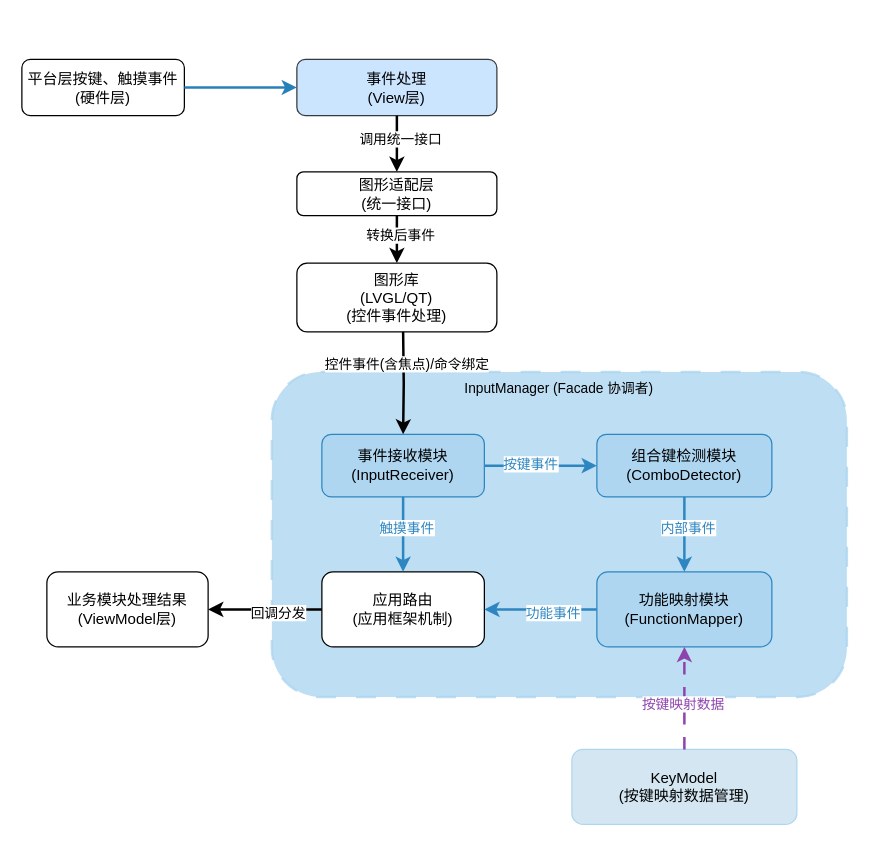
liyunhao2/technology keeps this draw.io diagram as page "按键分发" (11 of 14) of PDR.drawio. Above is the earlier version. Source tidied: cells renumbered, new cells numbered last; positions are measured from the earlier drawing's top-left corner, leaving out a move shared by most shapes. Both pictures are drawn from the tidied source at 125%, with x=0, y=0 at pixel (21, 59).
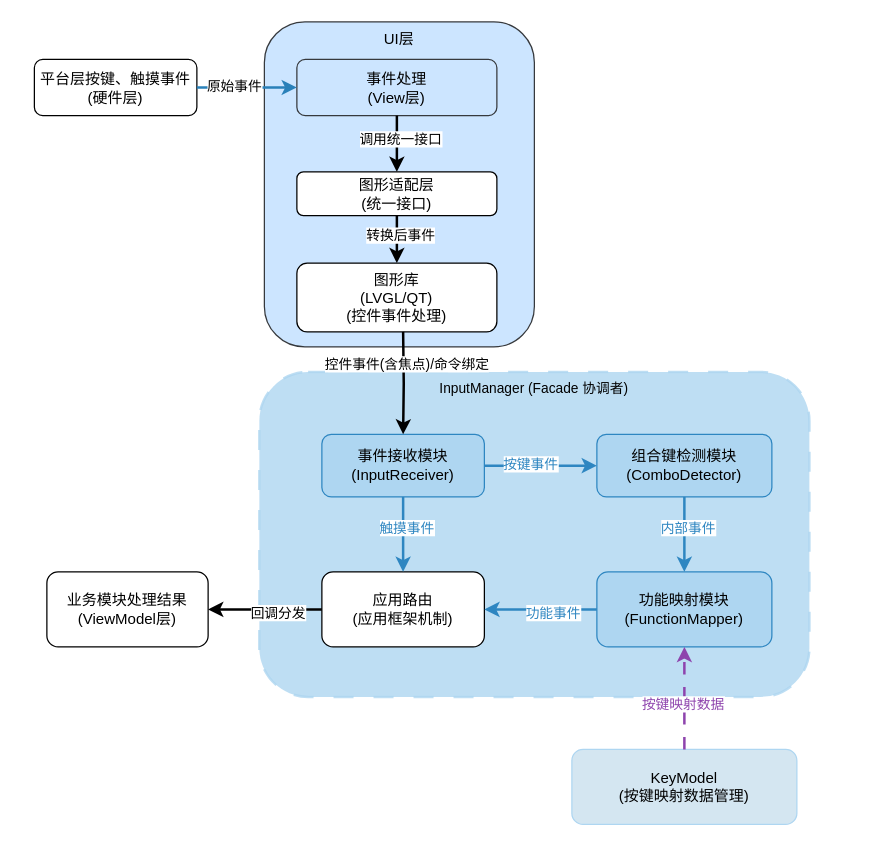
Above is the later version.

Unchanged cells that the change refers to:
```xml
<mxCell id="23" style="edgeStyle=orthogonalEdgeStyle;rounded=0;html=1;exitX=1;exitY=0.5;entryX=0;entryY=0.5;endArrow=classic;strokeColor=#2980B9;strokeWidth=2;fillColor=#cce5ff;" parent="1" edge="1" source="19" target="20">
  <mxGeometry relative="1" as="geometry" />
</mxCell>
```

What changed in the source:
```diff
@@
+    <mxCell id="32" value="UI层" style="rounded=1;whiteSpace=wrap;html=1;fillColor=#cce5ff;strokeColor=#36393d;fontSize=12;verticalAlign=top;" parent="1" vertex="1">
+      <mxGeometry x="194" y="-30" width="216" height="260" as="geometry" />
+    </mxCell>
     <mxCell id="2" value="InputManager (Facade 协调者)" style="rounded=1;whiteSpace=wrap;html=1;dashed=1;dashPattern=8 8;fontSize=11;fontStyle=0;strokeWidth=2;opacity=80;fillColor=#AED6F1;strokeColor=#AED6F1;verticalAlign=top;" parent="1" vertex="1">
-      <mxGeometry x="200" y="250" width="460" height="260" as="geometry" />
+      <mxGeometry x="190" y="250" width="440" height="260" as="geometry" />
     </mxCell>
@@
     <mxCell id="19" value="平台层按键、触摸事件&lt;br&gt;(硬件层)" style="rounded=1;whiteSpace=wrap;html=1;fontSize=12;fontStyle=0;" parent="1" vertex="1">
-      <mxGeometry width="130" height="45" as="geometry" />
+      <mxGeometry x="10" width="130" height="45" as="geometry" />
     </mxCell>
@@
+    <mxCell id="33" value="原始事件" style="edgeLabel;html=1;align=center;verticalAlign=middle;" parent="23" vertex="1">
+      <mxGeometry x="-0.27" y="1" relative="1" as="geometry" />
+    </mxCell>
```
